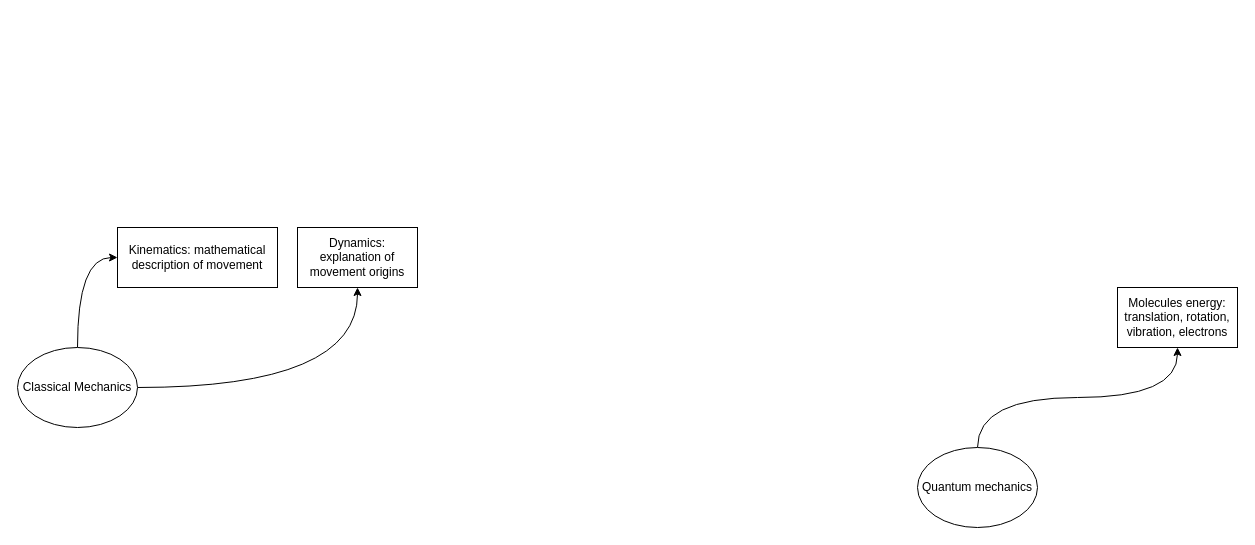
The draw.io diagram learning.drawio in wallytutor/mind-maps, before the edit. Source tidied: cells renumbered, new cells numbered last; positions are measured from the earlier drawing's top-left corner, leaving out a move shared by most shapes. Both pictures are drawn from the tidied source at 100%, with x=0, y=0 at pixel (17, 227).
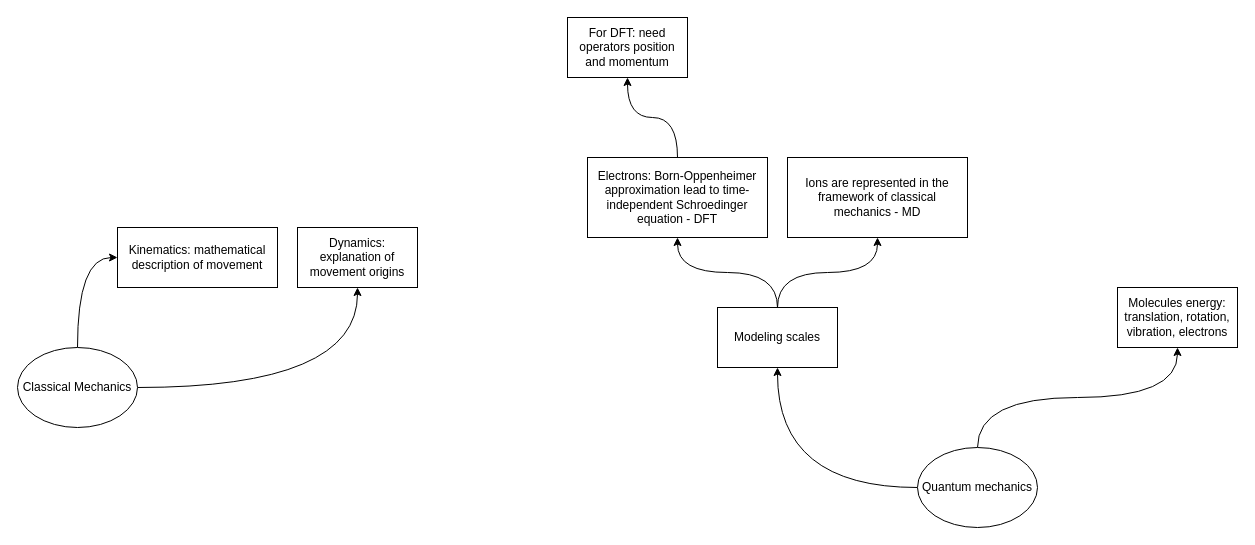
After the change.

What changed in the source:
```diff
@@
 <mxGraphModel>
   <root>
     <mxCell id="0" />
     <mxCell id="1" parent="0" />
     <mxCell id="2" style="edgeStyle=orthogonalEdgeStyle;rounded=0;jettySize=auto;html=1;exitX=0.5;exitY=0;exitDx=0;exitDy=0;curved=1;" parent="1" edge="1" source="3" target="4">
       <mxGeometry relative="1" as="geometry" />
     </mxCell>
+    <mxCell id="10" style="edgeStyle=orthogonalEdgeStyle;rounded=0;jettySize=auto;html=1;entryX=0.5;entryY=1;entryDx=0;entryDy=0;curved=1;" parent="1" edge="1" source="3" target="15">
+      <mxGeometry relative="1" as="geometry" />
+    </mxCell>
     <mxCell id="3" value="Quantum mechanics" style="ellipse;whiteSpace=wrap;html=1;" parent="1" vertex="1">
       <mxGeometry x="900" y="220" width="120" height="80" as="geometry" />
     </mxCell>
     <mxCell id="4" value="Molecules energy: translation, rotation, vibration, electrons" style="rounded=0;whiteSpace=wrap;html=1;" parent="1" vertex="1">
       <mxGeometry x="1100" y="60" width="120" height="60" as="geometry" />
     </mxCell>
     <mxCell id="5" style="edgeStyle=orthogonalEdgeStyle;rounded=0;jettySize=auto;html=1;exitX=0.5;exitY=0;exitDx=0;exitDy=0;entryX=0;entryY=0.5;entryDx=0;entryDy=0;curved=1;" parent="1" edge="1" source="7" target="8">
       <mxGeometry relative="1" as="geometry" />
     </mxCell>
     <mxCell id="6" style="edgeStyle=orthogonalEdgeStyle;rounded=0;jettySize=auto;html=1;curved=1;" parent="1" edge="1" source="7" target="9">
       <mxGeometry relative="1" as="geometry" />
     </mxCell>
     <mxCell id="7" value="Classical Mechanics" style="ellipse;whiteSpace=wrap;html=1;" parent="1" vertex="1">
       <mxGeometry y="120" width="120" height="80" as="geometry" />
     </mxCell>
     <mxCell id="8" value="Kinematics: mathematical description of movement" style="rounded=0;whiteSpace=wrap;html=1;" parent="1" vertex="1">
       <mxGeometry x="100" width="160" height="60" as="geometry" />
     </mxCell>
     <mxCell id="9" value="Dynamics: explanation of movement origins" style="rounded=0;whiteSpace=wrap;html=1;" parent="1" vertex="1">
       <mxGeometry x="280" width="120" height="60" as="geometry" />
     </mxCell>
+    <mxCell id="11" style="edgeStyle=orthogonalEdgeStyle;rounded=0;jettySize=auto;html=1;exitX=0.5;exitY=0;exitDx=0;exitDy=0;curved=1;" parent="1" edge="1" source="12" target="17">
+      <mxGeometry relative="1" as="geometry" />
+    </mxCell>
+    <mxCell id="12" value="Electrons: Born-Oppenheimer approximation lead to time-independent Schroedinger equation - DFT" style="rounded=0;whiteSpace=wrap;html=1;" parent="1" vertex="1">
+      <mxGeometry x="570" y="-70" width="180" height="80" as="geometry" />
+    </mxCell>
+    <mxCell id="13" style="edgeStyle=orthogonalEdgeStyle;rounded=0;jettySize=auto;html=1;curved=1;" parent="1" edge="1" source="15" target="12">
+      <mxGeometry relative="1" as="geometry" />
+    </mxCell>
+    <mxCell id="14" style="edgeStyle=orthogonalEdgeStyle;rounded=0;jettySize=auto;html=1;curved=1;" parent="1" edge="1" source="15" target="16">
+      <mxGeometry relative="1" as="geometry" />
+    </mxCell>
+    <mxCell id="15" value="Modeling scales" style="rounded=0;whiteSpace=wrap;html=1;" parent="1" vertex="1">
+      <mxGeometry x="700" y="80" width="120" height="60" as="geometry" />
+    </mxCell>
+    <mxCell id="16" value="Ions are represented in the framework of classical mechanics - MD" style="rounded=0;whiteSpace=wrap;html=1;" parent="1" vertex="1">
+      <mxGeometry x="770" y="-70" width="180" height="80" as="geometry" />
+    </mxCell>
+    <mxCell id="17" value="For DFT: need operators position and momentum" style="rounded=0;whiteSpace=wrap;html=1;" parent="1" vertex="1">
+      <mxGeometry x="550" y="-210" width="120" height="60" as="geometry" />
+    </mxCell>
   </root>
 </mxGraphModel>
```
